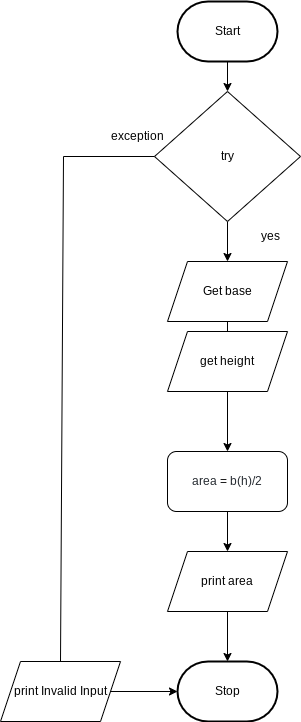
This is Drawio/FlowChart.png from JacksonNaufal/ICS3U-Unit5-03-Python, a draw.io export, as it was before one commit. Source tidied: cells renumbered, new cells last; positions are measured from the earlier drawing's top-left corner, leaving out a move shared by most shapes. Its diagram source:
```xml
<mxGraphModel>
  <root>
    <mxCell id="0" />
    <mxCell id="1" parent="0" />
    <mxCell id="2" style="edgeStyle=none;html=1;" parent="1" edge="1" source="3" target="7">
      <mxGeometry relative="1" as="geometry" />
    </mxCell>
    <mxCell id="3" value="Start" style="strokeWidth=2;html=1;shape=mxgraph.flowchart.terminator;whiteSpace=wrap;" parent="1" vertex="1">
      <mxGeometry x="177" width="100" height="60" as="geometry" />
    </mxCell>
    <mxCell id="4" value="Stop" style="strokeWidth=2;html=1;shape=mxgraph.flowchart.terminator;whiteSpace=wrap;rounded=1;" parent="1" vertex="1">
      <mxGeometry x="177" y="660" width="100" height="60" as="geometry" />
    </mxCell>
    <mxCell id="5" style="edgeStyle=none;html=1;fontSize=12;entryX=0;entryY=0.5;entryDx=0;entryDy=0;entryPerimeter=0;rounded=0;startArrow=none;" parent="1" edge="1" source="12" target="4">
      <mxGeometry relative="1" as="geometry" />
    </mxCell>
    <mxCell id="6" style="edgeStyle=none;html=1;" parent="1" edge="1" source="7" target="15">
      <mxGeometry relative="1" as="geometry" />
    </mxCell>
    <mxCell id="7" value="try" style="rhombus;whiteSpace=wrap;html=1;" parent="1" vertex="1">
      <mxGeometry x="154" y="90" width="146" height="130" as="geometry" />
    </mxCell>
    <mxCell id="8" style="edgeStyle=none;html=1;startArrow=none;" parent="1" edge="1" source="9" target="4">
      <mxGeometry relative="1" as="geometry" />
    </mxCell>
    <mxCell id="9" value="&lt;font style=&quot;font-size: 12px&quot;&gt;print area&lt;/font&gt;" style="shape=parallelogram;perimeter=parallelogramPerimeter;whiteSpace=wrap;html=1;fixedSize=1;fontSize=8;" parent="1" vertex="1">
      <mxGeometry x="167" y="550" width="120" height="60" as="geometry" />
    </mxCell>
    <mxCell id="10" value="yes" style="text;html=1;strokeColor=none;fillColor=none;align=center;verticalAlign=middle;whiteSpace=wrap;rounded=0;fontSize=12;" parent="1" vertex="1">
      <mxGeometry x="240" y="220" width="60" height="30" as="geometry" />
    </mxCell>
    <mxCell id="11" value="exception" style="text;html=1;strokeColor=none;fillColor=none;align=center;verticalAlign=middle;whiteSpace=wrap;rounded=0;fontSize=12;" parent="1" vertex="1">
      <mxGeometry x="107" y="120" width="60" height="30" as="geometry" />
    </mxCell>
    <mxCell id="12" value="&lt;font style=&quot;font-size: 12px&quot;&gt;print Invalid Input&lt;/font&gt;" style="shape=parallelogram;perimeter=parallelogramPerimeter;whiteSpace=wrap;html=1;fixedSize=1;fontSize=8;" parent="1" vertex="1">
      <mxGeometry y="660" width="120" height="60" as="geometry" />
    </mxCell>
    <mxCell id="13" style="edgeStyle=none;html=1;fontSize=12;entryX=0.5;entryY=0;entryDx=0;entryDy=0;rounded=0;endArrow=none;" parent="1" edge="1" source="7" target="12">
      <mxGeometry relative="1" as="geometry">
        <Array as="points">
          <mxPoint x="63" y="155" />
        </Array>
      </mxGeometry>
    </mxCell>
    <mxCell id="14" style="edgeStyle=none;html=1;" parent="1" edge="1" source="15" target="17">
      <mxGeometry relative="1" as="geometry" />
    </mxCell>
    <mxCell id="15" value="Get base" style="shape=parallelogram;perimeter=parallelogramPerimeter;whiteSpace=wrap;html=1;fixedSize=1;" parent="1" vertex="1">
      <mxGeometry x="167" y="260" width="120" height="60" as="geometry" />
    </mxCell>
    <mxCell id="16" style="edgeStyle=none;html=1;" parent="1" edge="1" source="17" target="9">
      <mxGeometry relative="1" as="geometry" />
    </mxCell>
    <mxCell id="17" value="&lt;span class=&quot;pl-s1&quot; style=&quot;box-sizing: border-box ; color: rgb(36 , 41 , 47) ; font-family: , , &amp;#34;sf mono&amp;#34; , &amp;#34;menlo&amp;#34; , &amp;#34;consolas&amp;#34; , &amp;#34;liberation mono&amp;#34; , monospace ; background-color: rgb(255 , 255 , 255)&quot;&gt;&lt;span class=&quot;pl-token&quot; style=&quot;box-sizing: border-box&quot;&gt;area&lt;/span&gt;&lt;/span&gt;&lt;span style=&quot;color: rgb(36 , 41 , 47) ; font-family: , , &amp;#34;sf mono&amp;#34; , &amp;#34;menlo&amp;#34; , &amp;#34;consolas&amp;#34; , &amp;#34;liberation mono&amp;#34; , monospace ; background-color: rgb(255 , 255 , 255)&quot;&gt;&amp;nbsp;&lt;/span&gt;&lt;span class=&quot;pl-c1&quot; style=&quot;box-sizing: border-box ; font-family: , , &amp;#34;sf mono&amp;#34; , &amp;#34;menlo&amp;#34; , &amp;#34;consolas&amp;#34; , &amp;#34;liberation mono&amp;#34; , monospace ; background-color: rgb(255 , 255 , 255)&quot;&gt;=&lt;/span&gt;&lt;span style=&quot;color: rgb(36 , 41 , 47) ; font-family: , , &amp;#34;sf mono&amp;#34; , &amp;#34;menlo&amp;#34; , &amp;#34;consolas&amp;#34; , &amp;#34;liberation mono&amp;#34; , monospace ; background-color: rgb(255 , 255 , 255)&quot;&gt;&amp;nbsp;b(h)/2&lt;/span&gt;" style="rounded=1;whiteSpace=wrap;html=1;" parent="1" vertex="1">
      <mxGeometry x="167" y="450" width="120" height="60" as="geometry" />
    </mxCell>
    <mxCell id="18" value="get height" style="shape=parallelogram;perimeter=parallelogramPerimeter;whiteSpace=wrap;html=1;fixedSize=1;" parent="1" vertex="1">
      <mxGeometry x="167" y="330" width="120" height="60" as="geometry" />
    </mxCell>
  </root>
</mxGraphModel>
```
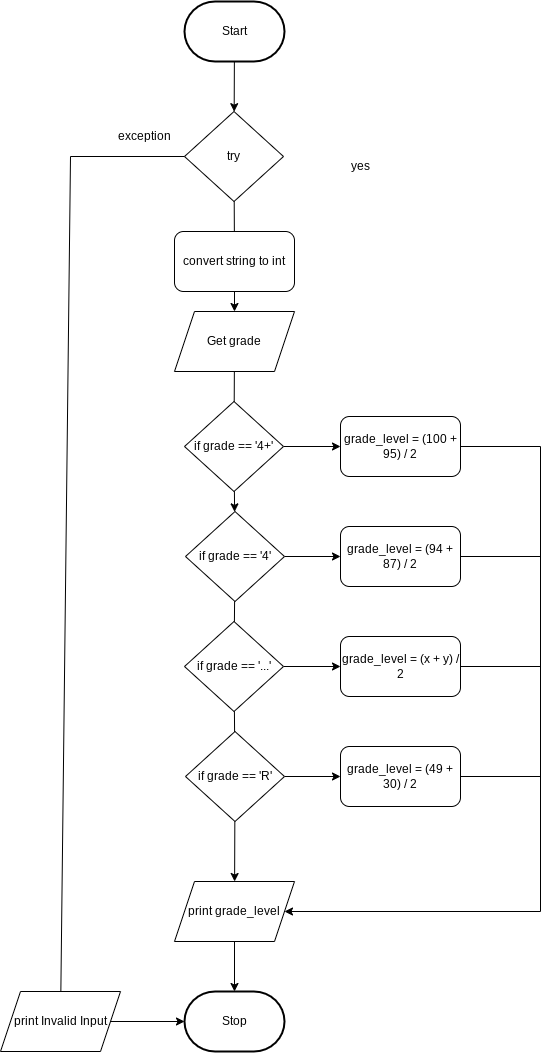
Later version of the same file.

The edit, as a diff of the source:
```diff
@@ -9,53 +9,121 @@
       <mxGeometry x="177" width="100" height="60" as="geometry" />
     </mxCell>
     <mxCell id="4" value="Stop" style="strokeWidth=2;html=1;shape=mxgraph.flowchart.terminator;whiteSpace=wrap;rounded=1;" parent="1" vertex="1">
-      <mxGeometry x="177" y="660" width="100" height="60" as="geometry" />
+      <mxGeometry x="177" y="990" width="100" height="60" as="geometry" />
     </mxCell>
     <mxCell id="5" style="edgeStyle=none;html=1;fontSize=12;entryX=0;entryY=0.5;entryDx=0;entryDy=0;entryPerimeter=0;rounded=0;startArrow=none;" parent="1" edge="1" source="12" target="4">
       <mxGeometry relative="1" as="geometry" />
     </mxCell>
-    <mxCell id="6" style="edgeStyle=none;html=1;" parent="1" edge="1" source="7" target="15">
+    <mxCell id="6" style="edgeStyle=none;html=1;startArrow=none;" parent="1" edge="1" source="19" target="15">
       <mxGeometry relative="1" as="geometry" />
     </mxCell>
     <mxCell id="7" value="try" style="rhombus;whiteSpace=wrap;html=1;" parent="1" vertex="1">
-      <mxGeometry x="154" y="90" width="146" height="130" as="geometry" />
+      <mxGeometry x="177" y="110" width="99" height="90" as="geometry" />
     </mxCell>
     <mxCell id="8" style="edgeStyle=none;html=1;startArrow=none;" parent="1" edge="1" source="9" target="4">
       <mxGeometry relative="1" as="geometry" />
     </mxCell>
-    <mxCell id="9" value="&lt;font style=&quot;font-size: 12px&quot;&gt;print area&lt;/font&gt;" style="shape=parallelogram;perimeter=parallelogramPerimeter;whiteSpace=wrap;html=1;fixedSize=1;fontSize=8;" parent="1" vertex="1">
-      <mxGeometry x="167" y="550" width="120" height="60" as="geometry" />
+    <mxCell id="9" value="&lt;font style=&quot;font-size: 12px&quot;&gt;print grade_level&lt;/font&gt;" style="shape=parallelogram;perimeter=parallelogramPerimeter;whiteSpace=wrap;html=1;fixedSize=1;fontSize=8;" parent="1" vertex="1">
+      <mxGeometry x="167" y="880" width="120" height="60" as="geometry" />
     </mxCell>
     <mxCell id="10" value="yes" style="text;html=1;strokeColor=none;fillColor=none;align=center;verticalAlign=middle;whiteSpace=wrap;rounded=0;fontSize=12;" parent="1" vertex="1">
-      <mxGeometry x="240" y="220" width="60" height="30" as="geometry" />
+      <mxGeometry x="323" y="150" width="60" height="30" as="geometry" />
     </mxCell>
     <mxCell id="11" value="exception" style="text;html=1;strokeColor=none;fillColor=none;align=center;verticalAlign=middle;whiteSpace=wrap;rounded=0;fontSize=12;" parent="1" vertex="1">
       <mxGeometry x="107" y="120" width="60" height="30" as="geometry" />
     </mxCell>
     <mxCell id="12" value="&lt;font style=&quot;font-size: 12px&quot;&gt;print Invalid Input&lt;/font&gt;" style="shape=parallelogram;perimeter=parallelogramPerimeter;whiteSpace=wrap;html=1;fixedSize=1;fontSize=8;" parent="1" vertex="1">
-      <mxGeometry y="660" width="120" height="60" as="geometry" />
+      <mxGeometry x="-7" y="990" width="120" height="60" as="geometry" />
     </mxCell>
-    <mxCell id="13" style="edgeStyle=none;html=1;fontSize=12;entryX=0.5;entryY=0;entryDx=0;entryDy=0;rounded=0;endArrow=none;" parent="1" edge="1" source="7" target="12">
+    <mxCell id="13" style="edgeStyle=none;html=1;fontSize=12;rounded=0;endArrow=none;" parent="1" edge="1" source="7" target="12">
       <mxGeometry relative="1" as="geometry">
         <Array as="points">
           <mxPoint x="63" y="155" />
         </Array>
       </mxGeometry>
     </mxCell>
-    <mxCell id="14" style="edgeStyle=none;html=1;" parent="1" edge="1" source="15" target="17">
-      <mxGeometry relative="1" as="geometry" />
-    </mxCell>
-    <mxCell id="15" value="Get base" style="shape=parallelogram;perimeter=parallelogramPerimeter;whiteSpace=wrap;html=1;fixedSize=1;" parent="1" vertex="1">
-      <mxGeometry x="167" y="260" width="120" height="60" as="geometry" />
+    <mxCell id="15" value="Get grade" style="shape=parallelogram;perimeter=parallelogramPerimeter;whiteSpace=wrap;html=1;fixedSize=1;" parent="1" vertex="1">
+      <mxGeometry x="167" y="310" width="120" height="60" as="geometry" />
     </mxCell>
-    <mxCell id="16" style="edgeStyle=none;html=1;" parent="1" edge="1" source="17" target="9">
-      <mxGeometry relative="1" as="geometry" />
-    </mxCell>
-    <mxCell id="17" value="&lt;span class=&quot;pl-s1&quot; style=&quot;box-sizing: border-box ; color: rgb(36 , 41 , 47) ; font-family: , , &amp;#34;sf mono&amp;#34; , &amp;#34;menlo&amp;#34; , &amp;#34;consolas&amp;#34; , &amp;#34;liberation mono&amp;#34; , monospace ; background-color: rgb(255 , 255 , 255)&quot;&gt;&lt;span class=&quot;pl-token&quot; style=&quot;box-sizing: border-box&quot;&gt;area&lt;/span&gt;&lt;/span&gt;&lt;span style=&quot;color: rgb(36 , 41 , 47) ; font-family: , , &amp;#34;sf mono&amp;#34; , &amp;#34;menlo&amp;#34; , &amp;#34;consolas&amp;#34; , &amp;#34;liberation mono&amp;#34; , monospace ; background-color: rgb(255 , 255 , 255)&quot;&gt;&amp;nbsp;&lt;/span&gt;&lt;span class=&quot;pl-c1&quot; style=&quot;box-sizing: border-box ; font-family: , , &amp;#34;sf mono&amp;#34; , &amp;#34;menlo&amp;#34; , &amp;#34;consolas&amp;#34; , &amp;#34;liberation mono&amp;#34; , monospace ; background-color: rgb(255 , 255 , 255)&quot;&gt;=&lt;/span&gt;&lt;span style=&quot;color: rgb(36 , 41 , 47) ; font-family: , , &amp;#34;sf mono&amp;#34; , &amp;#34;menlo&amp;#34; , &amp;#34;consolas&amp;#34; , &amp;#34;liberation mono&amp;#34; , monospace ; background-color: rgb(255 , 255 , 255)&quot;&gt;&amp;nbsp;b(h)/2&lt;/span&gt;" style="rounded=1;whiteSpace=wrap;html=1;" parent="1" vertex="1">
-      <mxGeometry x="167" y="450" width="120" height="60" as="geometry" />
-    </mxCell>
-    <mxCell id="18" value="get height" style="shape=parallelogram;perimeter=parallelogramPerimeter;whiteSpace=wrap;html=1;fixedSize=1;" parent="1" vertex="1">
-      <mxGeometry x="167" y="330" width="120" height="60" as="geometry" />
-    </mxCell>
+    <mxCell id="19" value="convert string to int" style="rounded=1;whiteSpace=wrap;html=1;" parent="1" vertex="1">
+      <mxGeometry x="167" y="230" width="120" height="60" as="geometry" />
+    </mxCell>
+    <mxCell id="20" style="edgeStyle=none;html=1;endArrow=none;" parent="1" edge="1" source="7" target="19">
+      <mxGeometry relative="1" as="geometry" />
+    </mxCell>
+    <mxCell id="21" style="edgeStyle=none;html=1;" parent="1" edge="1" source="23" target="27">
+      <mxGeometry relative="1" as="geometry" />
+    </mxCell>
+    <mxCell id="22" style="edgeStyle=none;html=1;" parent="1" edge="1" source="23" target="34">
+      <mxGeometry relative="1" as="geometry" />
+    </mxCell>
+    <mxCell id="23" value="if grade == '4+'" style="rhombus;whiteSpace=wrap;html=1;" parent="1" vertex="1">
+      <mxGeometry x="177" y="400" width="99" height="90" as="geometry" />
+    </mxCell>
+    <mxCell id="24" style="edgeStyle=none;html=1;endArrow=none;" parent="1" edge="1" source="15" target="23">
+      <mxGeometry relative="1" as="geometry" />
+    </mxCell>
+    <mxCell id="25" style="edgeStyle=none;html=1;" parent="1" edge="1" source="27" target="36">
+      <mxGeometry relative="1" as="geometry" />
+    </mxCell>
+    <mxCell id="26" style="edgeStyle=none;rounded=0;html=1;endArrow=none;endFill=0;" parent="1" edge="1" source="27" target="33">
+      <mxGeometry relative="1" as="geometry" />
+    </mxCell>
+    <mxCell id="27" value="if grade == '4'" style="rhombus;whiteSpace=wrap;html=1;" parent="1" vertex="1">
+      <mxGeometry x="178" y="510" width="99" height="90" as="geometry" />
+    </mxCell>
+    <mxCell id="28" style="edgeStyle=none;html=1;" parent="1" edge="1" source="30" target="38">
+      <mxGeometry relative="1" as="geometry" />
+    </mxCell>
+    <mxCell id="29" style="edgeStyle=none;rounded=0;html=1;endArrow=classic;endFill=1;" parent="1" edge="1" source="30" target="9">
+      <mxGeometry relative="1" as="geometry" />
+    </mxCell>
+    <mxCell id="30" value="if grade == 'R'" style="rhombus;whiteSpace=wrap;html=1;" parent="1" vertex="1">
+      <mxGeometry x="178" y="730" width="99" height="90" as="geometry" />
+    </mxCell>
+    <mxCell id="31" style="edgeStyle=none;html=1;" parent="1" edge="1" source="33" target="41">
+      <mxGeometry relative="1" as="geometry" />
+    </mxCell>
+    <mxCell id="32" style="edgeStyle=none;rounded=0;html=1;endArrow=none;endFill=0;" parent="1" edge="1" source="33" target="30">
+      <mxGeometry relative="1" as="geometry" />
+    </mxCell>
+    <mxCell id="33" value="if grade == '...'" style="rhombus;whiteSpace=wrap;html=1;" parent="1" vertex="1">
+      <mxGeometry x="177" y="620" width="99" height="90" as="geometry" />
+    </mxCell>
+    <mxCell id="34" value="grade_level = (100 + 95) / 2" style="rounded=1;whiteSpace=wrap;html=1;" parent="1" vertex="1">
+      <mxGeometry x="333" y="415" width="120" height="60" as="geometry" />
+    </mxCell>
+    <mxCell id="35" style="edgeStyle=none;rounded=0;html=1;endArrow=none;endFill=0;" parent="1" edge="1" source="36">
+      <mxGeometry relative="1" as="geometry">
+        <mxPoint x="533" y="555" as="targetPoint" />
+      </mxGeometry>
+    </mxCell>
+    <mxCell id="36" value="grade_level = (94 + 87) / 2" style="rounded=1;whiteSpace=wrap;html=1;" parent="1" vertex="1">
+      <mxGeometry x="333" y="525" width="120" height="60" as="geometry" />
+    </mxCell>
+    <mxCell id="37" style="edgeStyle=none;rounded=0;html=1;endArrow=none;endFill=0;" parent="1" edge="1" source="38">
+      <mxGeometry relative="1" as="geometry">
+        <mxPoint x="533" y="775" as="targetPoint" />
+      </mxGeometry>
+    </mxCell>
+    <mxCell id="38" value="grade_level = (49 + 30) / 2" style="rounded=1;whiteSpace=wrap;html=1;" parent="1" vertex="1">
+      <mxGeometry x="333" y="745" width="120" height="60" as="geometry" />
+    </mxCell>
+    <mxCell id="39" style="edgeStyle=none;html=1;entryX=1;entryY=0.5;entryDx=0;entryDy=0;rounded=0;exitX=1;exitY=0.5;exitDx=0;exitDy=0;" parent="1" edge="1" source="34" target="9">
+      <mxGeometry relative="1" as="geometry">
+        <Array as="points">
+          <mxPoint x="533" y="445" />
+          <mxPoint x="533" y="910" />
+        </Array>
+      </mxGeometry>
+    </mxCell>
+    <mxCell id="40" style="edgeStyle=none;rounded=0;html=1;endArrow=none;endFill=0;" parent="1" edge="1" source="41">
+      <mxGeometry relative="1" as="geometry">
+        <mxPoint x="533" y="665" as="targetPoint" />
+      </mxGeometry>
+    </mxCell>
+    <mxCell id="41" value="grade_level = (x + y) / 2" style="rounded=1;whiteSpace=wrap;html=1;" parent="1" vertex="1">
+      <mxGeometry x="333" y="635" width="120" height="60" as="geometry" />
+    </mxCell>
   </root>
 </mxGraphModel>
```
